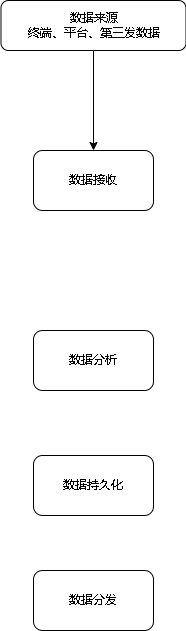
Before: 808后台架构.drawio.png, a diagram exported from draw.io (xktder/draw). Source tidied: cells renumbered, new cells last; positions are measured from the earlier drawing's top-left corner, leaving out a move shared by most shapes. Its diagram source:
```xml
<mxGraphModel>
  <root>
    <mxCell id="0" />
    <mxCell id="1" parent="0" />
    <mxCell id="2" style="edgeStyle=orthogonalEdgeStyle;rounded=0;jettySize=auto;html=1;entryX=0.5;entryY=0;entryDx=0;entryDy=0;curved=1;" parent="1" edge="1" source="3" target="4">
      <mxGeometry relative="1" as="geometry" />
    </mxCell>
    <mxCell id="3" value="数据来源&lt;br&gt;终端、平台、第三发数据" style="rounded=1;whiteSpace=wrap;html=1;" parent="1" vertex="1">
      <mxGeometry x="-0.5" width="185" height="50" as="geometry" />
    </mxCell>
    <mxCell id="4" value="数据接收" style="rounded=1;whiteSpace=wrap;html=1;" parent="1" vertex="1">
      <mxGeometry x="32" y="150" width="120" height="60" as="geometry" />
    </mxCell>
    <mxCell id="5" value="数据分析" style="rounded=1;whiteSpace=wrap;html=1;" parent="1" vertex="1">
      <mxGeometry x="32" y="330" width="120" height="60" as="geometry" />
    </mxCell>
    <mxCell id="6" value="数据持久化" style="rounded=1;whiteSpace=wrap;html=1;" parent="1" vertex="1">
      <mxGeometry x="32" y="455" width="120" height="60" as="geometry" />
    </mxCell>
    <mxCell id="7" value="数据分发" style="rounded=1;whiteSpace=wrap;html=1;" parent="1" vertex="1">
      <mxGeometry x="32" y="570" width="120" height="60" as="geometry" />
    </mxCell>
  </root>
</mxGraphModel>
```
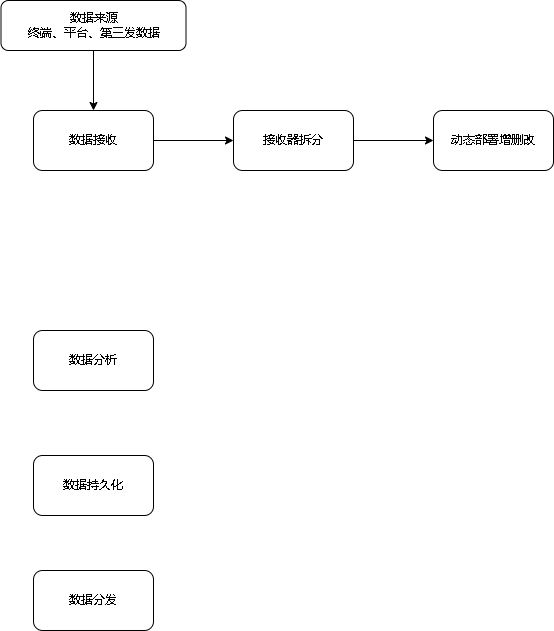
Above is the later version.

Commit message:
更新808后台架构.drawio.png

Diff of the diagram source:
```diff
@@ -8,8 +8,11 @@
     <mxCell id="3" value="数据来源&lt;br&gt;终端、平台、第三发数据" style="rounded=1;whiteSpace=wrap;html=1;" parent="1" vertex="1">
       <mxGeometry x="-0.5" width="185" height="50" as="geometry" />
     </mxCell>
+    <mxCell id="8" style="edgeStyle=orthogonalEdgeStyle;curved=1;rounded=0;jettySize=auto;html=1;" parent="1" edge="1" source="4" target="10">
+      <mxGeometry relative="1" as="geometry" />
+    </mxCell>
     <mxCell id="4" value="数据接收" style="rounded=1;whiteSpace=wrap;html=1;" parent="1" vertex="1">
-      <mxGeometry x="32" y="150" width="120" height="60" as="geometry" />
+      <mxGeometry x="32" y="110" width="120" height="60" as="geometry" />
     </mxCell>
     <mxCell id="5" value="数据分析" style="rounded=1;whiteSpace=wrap;html=1;" parent="1" vertex="1">
       <mxGeometry x="32" y="330" width="120" height="60" as="geometry" />
@@ -20,5 +23,14 @@
     <mxCell id="7" value="数据分发" style="rounded=1;whiteSpace=wrap;html=1;" parent="1" vertex="1">
       <mxGeometry x="32" y="570" width="120" height="60" as="geometry" />
     </mxCell>
+    <mxCell id="9" style="edgeStyle=orthogonalEdgeStyle;curved=1;rounded=0;jettySize=auto;html=1;" parent="1" edge="1" source="10" target="11">
+      <mxGeometry relative="1" as="geometry" />
+    </mxCell>
+    <mxCell id="10" value="接收器拆分" style="whiteSpace=wrap;html=1;rounded=1;" parent="1" vertex="1">
+      <mxGeometry x="232" y="110" width="120" height="60" as="geometry" />
+    </mxCell>
+    <mxCell id="11" value="动态部署增删改" style="whiteSpace=wrap;html=1;rounded=1;" parent="1" vertex="1">
+      <mxGeometry x="432" y="110" width="120" height="60" as="geometry" />
+    </mxCell>
   </root>
 </mxGraphModel>
```
